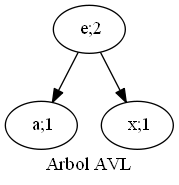
The Graphviz diagram EDD_Proyecto2/Reportes/ArbolAVL.png in hr9457/EDD_1S2020_PY2_201314296, before a commit. Its source is kept beside it as EDD_Proyecto2/ArchivosDot/ArbolAVL.dot.
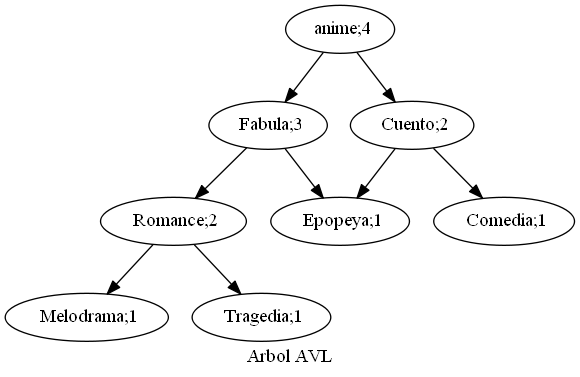
Later version of the same file.

Change to the diagram source:
```diff
@@ -1,10 +1,22 @@
 digraph arbolAVL{
 rankdir=TB;
-nodoe[ label = " e;2" ];
-nodoe->nodoa;
-nodoa[ label = " a;1" ];
-nodoe->nodox;
-nodox[ label = " x;1" ];
+nodoanime[ label = " anime;4" ];
+nodoanime->nodoFabula;
+nodoFabula[ label = " Fabula;3" ];
+nodoFabula->nodoEpopeya;
+nodoEpopeya[ label = " Epopeya;1" ];
+nodoFabula->nodoRomance;
+nodoRomance[ label = " Romance;2" ];
+nodoRomance->nodoMelodrama;
+nodoMelodrama[ label = " Melodrama;1" ];
+nodoRomance->nodoTragedia;
+nodoTragedia[ label = " Tragedia;1" ];
+nodoanime->nodoCuento;
+nodoCuento[ label = " Cuento;2" ];
+nodoCuento->nodoComedia;
+nodoComedia[ label = " Comedia;1" ];
+nodoCuento->nodoEpopeya;
+nodoEpopeya[ label = " Epopeya;1" ];
 
 label = " Arbol AVL ";
 }
```
